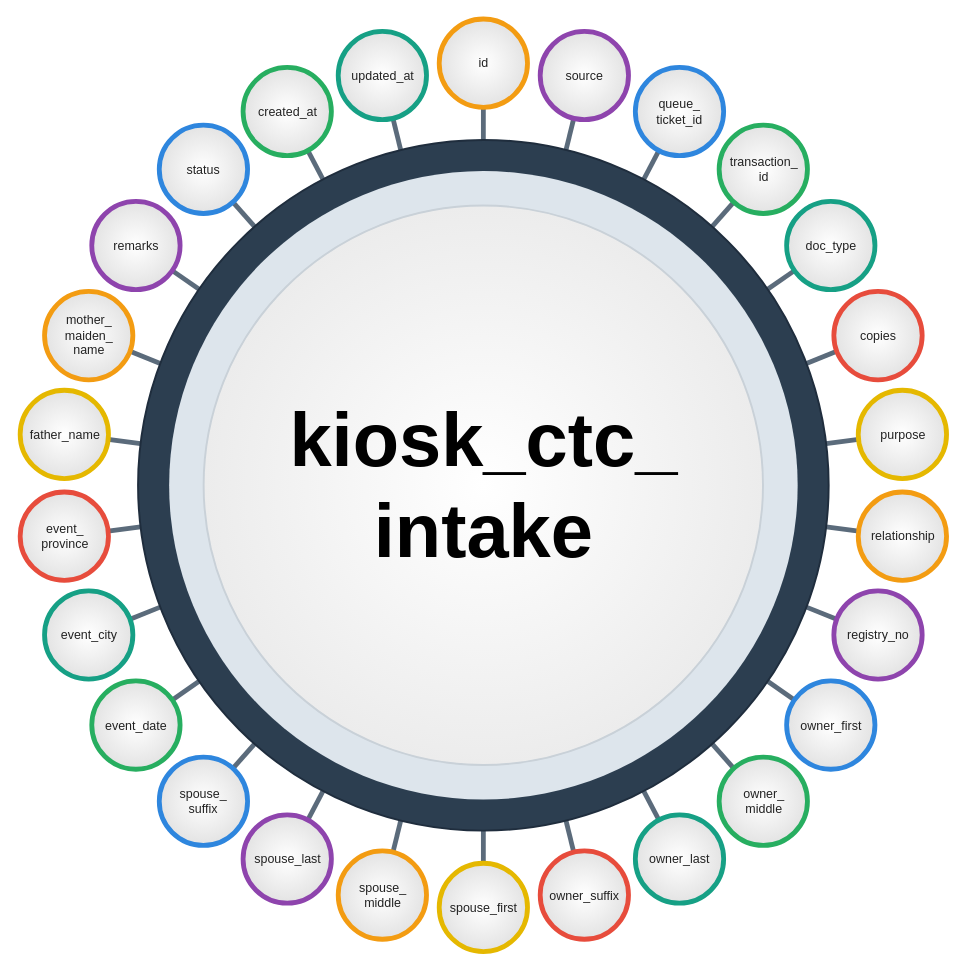
ivanpalogan/CROMS08082026 keeps this draw.io diagram as page "kiosk_ctc_intake" (15 of 39) of Docs/CROMS_Data_Entry_Table_Diagrams.drawio. Above is the earlier version. Source tidied: cells renumbered, new cells numbered last; positions are measured from the earlier drawing's top-left corner, leaving out a move shared by most shapes. Both pictures are drawn from the tidied source at 96%, with x=0, y=0 at pixel (20, 18).
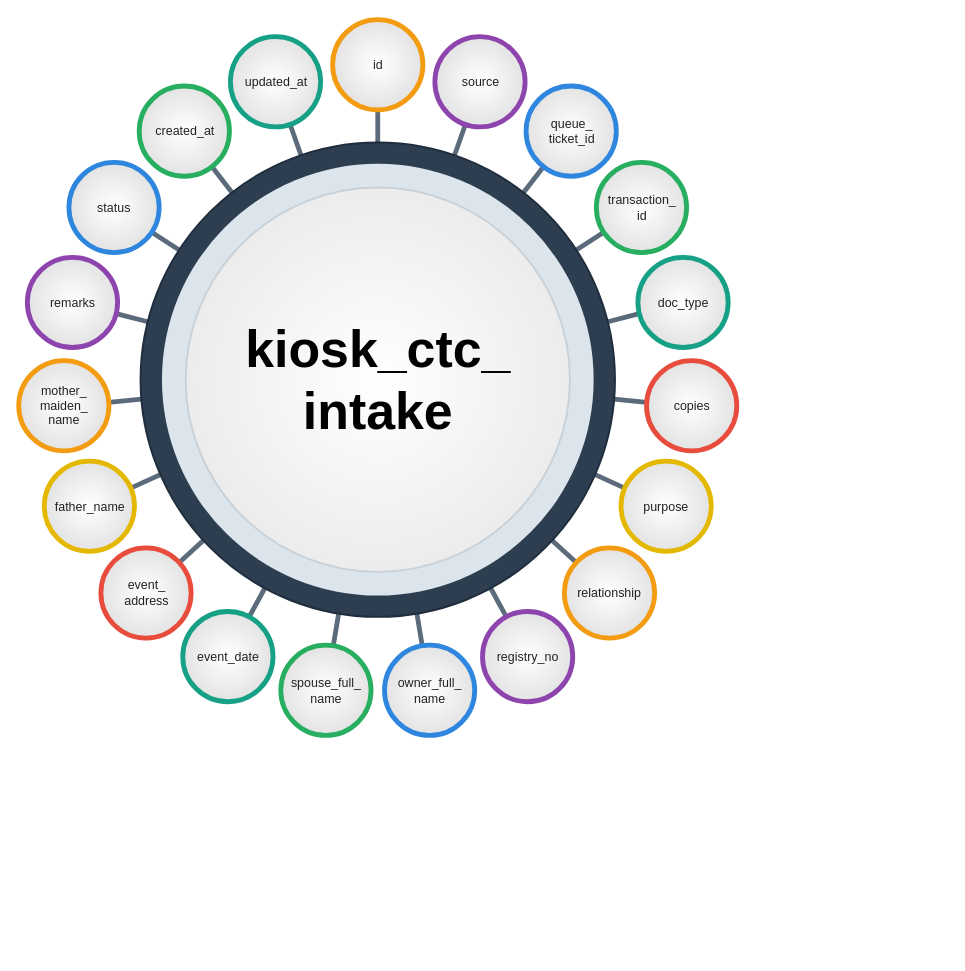
After the change.

Commit message (it also covers changes not shown here):
docs: merge name and address parts into single circles in every table diagram

The edit, as a diff of the source:
```diff
@@
-    <mxCell id="21" style="endArrow=none;startArrow=none;html=1;strokeColor=#5B6B7B;strokeWidth=5;" parent="1" edge="1" source="50" target="28">
-      <mxGeometry relative="1" as="geometry" />
-    </mxCell>
-    <mxCell id="22" style="endArrow=none;startArrow=none;html=1;strokeColor=#5B6B7B;strokeWidth=5;" parent="1" edge="1" source="51" target="28">
-      <mxGeometry relative="1" as="geometry" />
-    </mxCell>
-    <mxCell id="23" style="endArrow=none;startArrow=none;html=1;strokeColor=#5B6B7B;strokeWidth=5;" parent="1" edge="1" source="52" target="28">
-      <mxGeometry relative="1" as="geometry" />
-    </mxCell>
-    <mxCell id="24" style="endArrow=none;startArrow=none;html=1;strokeColor=#5B6B7B;strokeWidth=5;" parent="1" edge="1" source="53" target="28">
-      <mxGeometry relative="1" as="geometry" />
-    </mxCell>
-    <mxCell id="25" style="endArrow=none;startArrow=none;html=1;strokeColor=#5B6B7B;strokeWidth=5;" parent="1" edge="1" source="54" target="28">
-      <mxGeometry relative="1" as="geometry" />
-    </mxCell>
-    <mxCell id="26" style="endArrow=none;startArrow=none;html=1;strokeColor=#5B6B7B;strokeWidth=5;" parent="1" edge="1" source="55" target="28">
-      <mxGeometry relative="1" as="geometry" />
-    </mxCell>
-    <mxCell id="27" style="endArrow=none;startArrow=none;html=1;strokeColor=#5B6B7B;strokeWidth=5;" parent="1" edge="1" source="56" target="28">
-      <mxGeometry relative="1" as="geometry" />
-    </mxCell>
     <mxCell id="28" style="ellipse;whiteSpace=nowrap;html=1;fillColor=#2C3E50;strokeColor=#1F2D3D;strokeWidth=2;" parent="1" vertex="1">
-      <mxGeometry x="122.3" y="126.3" width="719.4" height="719.4" as="geometry" />
+      <mxGeometry x="124.9" y="128.9" width="494.2" height="494.2" as="geometry" />
     </mxCell>
     <mxCell id="29" style="ellipse;whiteSpace=nowrap;html=1;fillColor=#DDE5EC;strokeColor=none;" parent="1" vertex="1">
-      <mxGeometry x="154.7" y="158.7" width="654.7" height="654.7" as="geometry" />
+      <mxGeometry x="147.2" y="151.2" width="449.7" height="449.7" as="geometry" />
     </mxCell>
-    <mxCell id="30" value="kiosk_ctc_&lt;br&gt;intake" style="ellipse;whiteSpace=nowrap;html=1;fontFamily=Arial;fontSize=79;fontStyle=1;fontColor=#000000;fillColor=#FFFFFF;gradientColor=#ECECEC;gradientDirection=radial;strokeColor=#C9D1D8;strokeWidth=2;align=center;verticalAlign=middle;" parent="1" vertex="1">
-      <mxGeometry x="190.6" y="194.6" width="582.7" height="582.7" as="geometry" />
+    <mxCell id="30" value="kiosk_ctc_&lt;br&gt;intake" style="ellipse;whiteSpace=nowrap;html=1;fontFamily=Arial;fontSize=54;fontStyle=1;fontColor=#000000;fillColor=#FFFFFF;gradientColor=#ECECEC;gradientDirection=radial;strokeColor=#C9D1D8;strokeWidth=2;align=center;verticalAlign=middle;" parent="1" vertex="1">
+      <mxGeometry x="171.9" y="175.9" width="400.3" height="400.3" as="geometry" />
     </mxCell>
     <mxCell id="31" value="id" style="ellipse;whiteSpace=nowrap;html=1;fontFamily=Arial;fontSize=13;align=center;verticalAlign=middle;spacing=0;strokeWidth=5;fontColor=#222222;fillColor=#FFFFFF;gradientColor=#E3E3E3;gradientDirection=radial;strokeColor=#F39C12;" parent="1" vertex="1">
-      <mxGeometry x="436" y="0.3" width="92" height="92" as="geometry" />
+      <mxGeometry x="325" y="0.9" width="94" height="94" as="geometry" />
     </mxCell>
     <mxCell id="32" value="source" style="ellipse;whiteSpace=nowrap;html=1;fontFamily=Arial;fontSize=13;align=center;verticalAlign=middle;spacing=0;strokeWidth=5;fontColor=#222222;fillColor=#FFFFFF;gradientColor=#E3E3E3;gradientDirection=radial;strokeColor=#8E44AD;" parent="1" vertex="1">
-      <mxGeometry x="541.2" y="13.1" width="92" height="92" as="geometry" />
+      <mxGeometry x="431.5" y="18.7" width="94" height="94" as="geometry" />
     </mxCell>
     <mxCell id="33" value="queue_&lt;br&gt;ticket_id" style="ellipse;whiteSpace=nowrap;html=1;fontFamily=Arial;fontSize=13;align=center;verticalAlign=middle;spacing=0;strokeWidth=5;fontColor=#222222;fillColor=#FFFFFF;gradientColor=#E3E3E3;gradientDirection=radial;strokeColor=#2E86DE;" parent="1" vertex="1">
-      <mxGeometry x="640.3" y="50.7" width="92" height="92" as="geometry" />
+      <mxGeometry x="526.5" y="70.1" width="94" height="94" as="geometry" />
     </mxCell>
     <mxCell id="34" value="transaction_&lt;br&gt;id" style="ellipse;whiteSpace=nowrap;html=1;fontFamily=Arial;fontSize=13;align=center;verticalAlign=middle;spacing=0;strokeWidth=5;fontColor=#222222;fillColor=#FFFFFF;gradientColor=#E3E3E3;gradientDirection=radial;strokeColor=#27AE60;" parent="1" vertex="1">
-      <mxGeometry x="727.6" y="110.9" width="92" height="92" as="geometry" />
+      <mxGeometry x="599.7" y="149.6" width="94" height="94" as="geometry" />
     </mxCell>
     <mxCell id="35" value="doc_type" style="ellipse;whiteSpace=nowrap;html=1;fontFamily=Arial;fontSize=13;align=center;verticalAlign=middle;spacing=0;strokeWidth=5;fontColor=#222222;fillColor=#FFFFFF;gradientColor=#E3E3E3;gradientDirection=radial;strokeColor=#16A085;" parent="1" vertex="1">
-      <mxGeometry x="797.9" y="190.2" width="92" height="92" as="geometry" />
+      <mxGeometry x="643" y="248.5" width="94" height="94" as="geometry" />
     </mxCell>
     <mxCell id="36" value="copies" style="ellipse;whiteSpace=nowrap;html=1;fontFamily=Arial;fontSize=13;align=center;verticalAlign=middle;spacing=0;strokeWidth=5;fontColor=#222222;fillColor=#FFFFFF;gradientColor=#E3E3E3;gradientDirection=radial;strokeColor=#E74C3C;" parent="1" vertex="1">
-      <mxGeometry x="847.1" y="284.1" width="92" height="92" as="geometry" />
+      <mxGeometry x="652" y="356.1" width="94" height="94" as="geometry" />
     </mxCell>
     <mxCell id="37" value="purpose" style="ellipse;whiteSpace=nowrap;html=1;fontFamily=Arial;fontSize=13;align=center;verticalAlign=middle;spacing=0;strokeWidth=5;fontColor=#222222;fillColor=#FFFFFF;gradientColor=#E3E3E3;gradientDirection=radial;strokeColor=#E5B800;" parent="1" vertex="1">
-      <mxGeometry x="872.5" y="387" width="92" height="92" as="geometry" />
+      <mxGeometry x="625.4" y="460.8" width="94" height="94" as="geometry" />
     </mxCell>
     <mxCell id="38" value="relationship" style="ellipse;whiteSpace=nowrap;html=1;fontFamily=Arial;fontSize=13;align=center;verticalAlign=middle;spacing=0;strokeWidth=5;fontColor=#222222;fillColor=#FFFFFF;gradientColor=#E3E3E3;gradientDirection=radial;strokeColor=#F39C12;" parent="1" vertex="1">
-      <mxGeometry x="872.5" y="493" width="92" height="92" as="geometry" />
+      <mxGeometry x="566.4" y="551.2" width="94" height="94" as="geometry" />
     </mxCell>
     <mxCell id="39" value="registry_no" style="ellipse;whiteSpace=nowrap;html=1;fontFamily=Arial;fontSize=13;align=center;verticalAlign=middle;spacing=0;strokeWidth=5;fontColor=#222222;fillColor=#FFFFFF;gradientColor=#E3E3E3;gradientDirection=radial;strokeColor=#8E44AD;" parent="1" vertex="1">
-      <mxGeometry x="847.1" y="595.9" width="92" height="92" as="geometry" />
+      <mxGeometry x="481.1" y="617.5" width="94" height="94" as="geometry" />
     </mxCell>
-    <mxCell id="40" value="owner_first" style="ellipse;whiteSpace=nowrap;html=1;fontFamily=Arial;fontSize=13;align=center;verticalAlign=middle;spacing=0;strokeWidth=5;fontColor=#222222;fillColor=#FFFFFF;gradientColor=#E3E3E3;gradientDirection=radial;strokeColor=#2E86DE;" parent="1" vertex="1">
-      <mxGeometry x="797.9" y="689.8" width="92" height="92" as="geometry" />
+    <mxCell id="40" value="owner_full_&lt;br&gt;name" style="ellipse;whiteSpace=nowrap;html=1;fontFamily=Arial;fontSize=13;align=center;verticalAlign=middle;spacing=0;strokeWidth=5;fontColor=#222222;fillColor=#FFFFFF;gradientColor=#E3E3E3;gradientDirection=radial;strokeColor=#2E86DE;" parent="1" vertex="1">
+      <mxGeometry x="379" y="652.6" width="94" height="94" as="geometry" />
     </mxCell>
-    <mxCell id="41" value="owner_&lt;br&gt;middle" style="ellipse;whiteSpace=nowrap;html=1;fontFamily=Arial;fontSize=13;align=center;verticalAlign=middle;spacing=0;strokeWidth=5;fontColor=#222222;fillColor=#FFFFFF;gradientColor=#E3E3E3;gradientDirection=radial;strokeColor=#27AE60;" parent="1" vertex="1">
-      <mxGeometry x="727.6" y="769.1" width="92" height="92" as="geometry" />
+    <mxCell id="41" value="spouse_full_&lt;br&gt;name" style="ellipse;whiteSpace=nowrap;html=1;fontFamily=Arial;fontSize=13;align=center;verticalAlign=middle;spacing=0;strokeWidth=5;fontColor=#222222;fillColor=#FFFFFF;gradientColor=#E3E3E3;gradientDirection=radial;strokeColor=#27AE60;" parent="1" vertex="1">
+      <mxGeometry x="271" y="652.6" width="94" height="94" as="geometry" />
     </mxCell>
-    <mxCell id="42" value="owner_last" style="ellipse;whiteSpace=nowrap;html=1;fontFamily=Arial;fontSize=13;align=center;verticalAlign=middle;spacing=0;strokeWidth=5;fontColor=#222222;fillColor=#FFFFFF;gradientColor=#E3E3E3;gradientDirection=radial;strokeColor=#16A085;" parent="1" vertex="1">
-      <mxGeometry x="640.3" y="829.3" width="92" height="92" as="geometry" />
+    <mxCell id="42" value="event_date" style="ellipse;whiteSpace=nowrap;html=1;fontFamily=Arial;fontSize=13;align=center;verticalAlign=middle;spacing=0;strokeWidth=5;fontColor=#222222;fillColor=#FFFFFF;gradientColor=#E3E3E3;gradientDirection=radial;strokeColor=#16A085;" parent="1" vertex="1">
+      <mxGeometry x="168.9" y="617.5" width="94" height="94" as="geometry" />
     </mxCell>
-    <mxCell id="43" value="owner_suffix" style="ellipse;whiteSpace=nowrap;html=1;fontFamily=Arial;fontSize=13;align=center;verticalAlign=middle;spacing=0;strokeWidth=5;fontColor=#222222;fillColor=#FFFFFF;gradientColor=#E3E3E3;gradientDirection=radial;strokeColor=#E74C3C;" parent="1" vertex="1">
-      <mxGeometry x="541.2" y="866.9" width="92" height="92" as="geometry" />
+    <mxCell id="43" value="event_&lt;br&gt;address" style="ellipse;whiteSpace=nowrap;html=1;fontFamily=Arial;fontSize=13;align=center;verticalAlign=middle;spacing=0;strokeWidth=5;fontColor=#222222;fillColor=#FFFFFF;gradientColor=#E3E3E3;gradientDirection=radial;strokeColor=#E74C3C;" parent="1" vertex="1">
+      <mxGeometry x="83.6" y="551.2" width="94" height="94" as="geometry" />
     </mxCell>
-    <mxCell id="44" value="spouse_first" style="ellipse;whiteSpace=nowrap;html=1;fontFamily=Arial;fontSize=13;align=center;verticalAlign=middle;spacing=0;strokeWidth=5;fontColor=#222222;fillColor=#FFFFFF;gradientColor=#E3E3E3;gradientDirection=radial;strokeColor=#E5B800;" parent="1" vertex="1">
-      <mxGeometry x="436" y="879.7" width="92" height="92" as="geometry" />
+    <mxCell id="44" value="father_name" style="ellipse;whiteSpace=nowrap;html=1;fontFamily=Arial;fontSize=13;align=center;verticalAlign=middle;spacing=0;strokeWidth=5;fontColor=#222222;fillColor=#FFFFFF;gradientColor=#E3E3E3;gradientDirection=radial;strokeColor=#E5B800;" parent="1" vertex="1">
+      <mxGeometry x="24.6" y="460.8" width="94" height="94" as="geometry" />
     </mxCell>
-    <mxCell id="45" value="spouse_&lt;br&gt;middle" style="ellipse;whiteSpace=nowrap;html=1;fontFamily=Arial;fontSize=13;align=center;verticalAlign=middle;spacing=0;strokeWidth=5;fontColor=#222222;fillColor=#FFFFFF;gradientColor=#E3E3E3;gradientDirection=radial;strokeColor=#F39C12;" parent="1" vertex="1">
-      <mxGeometry x="330.8" y="866.9" width="92" height="92" as="geometry" />
+    <mxCell id="45" value="mother_&lt;br&gt;maiden_&lt;br&gt;name" style="ellipse;whiteSpace=nowrap;html=1;fontFamily=Arial;fontSize=13;align=center;verticalAlign=middle;spacing=0;strokeWidth=5;fontColor=#222222;fillColor=#FFFFFF;gradientColor=#E3E3E3;gradientDirection=radial;strokeColor=#F39C12;" parent="1" vertex="1">
+      <mxGeometry x="-2" y="356.1" width="94" height="94" as="geometry" />
     </mxCell>
-    <mxCell id="46" value="spouse_last" style="ellipse;whiteSpace=nowrap;html=1;fontFamily=Arial;fontSize=13;align=center;verticalAlign=middle;spacing=0;strokeWidth=5;fontColor=#222222;fillColor=#FFFFFF;gradientColor=#E3E3E3;gradientDirection=radial;strokeColor=#8E44AD;" parent="1" vertex="1">
-      <mxGeometry x="231.7" y="829.3" width="92" height="92" as="geometry" />
+    <mxCell id="46" value="remarks" style="ellipse;whiteSpace=nowrap;html=1;fontFamily=Arial;fontSize=13;align=center;verticalAlign=middle;spacing=0;strokeWidth=5;fontColor=#222222;fillColor=#FFFFFF;gradientColor=#E3E3E3;gradientDirection=radial;strokeColor=#8E44AD;" parent="1" vertex="1">
+      <mxGeometry x="7" y="248.5" width="94" height="94" as="geometry" />
     </mxCell>
-    <mxCell id="47" value="spouse_&lt;br&gt;suffix" style="ellipse;whiteSpace=nowrap;html=1;fontFamily=Arial;fontSize=13;align=center;verticalAlign=middle;spacing=0;strokeWidth=5;fontColor=#222222;fillColor=#FFFFFF;gradientColor=#E3E3E3;gradientDirection=radial;strokeColor=#2E86DE;" parent="1" vertex="1">
-      <mxGeometry x="144.4" y="769.1" width="92" height="92" as="geometry" />
+    <mxCell id="47" value="status" style="ellipse;whiteSpace=nowrap;html=1;fontFamily=Arial;fontSize=13;align=center;verticalAlign=middle;spacing=0;strokeWidth=5;fontColor=#222222;fillColor=#FFFFFF;gradientColor=#E3E3E3;gradientDirection=radial;strokeColor=#2E86DE;" parent="1" vertex="1">
+      <mxGeometry x="50.3" y="149.6" width="94" height="94" as="geometry" />
     </mxCell>
-    <mxCell id="48" value="event_date" style="ellipse;whiteSpace=nowrap;html=1;fontFamily=Arial;fontSize=13;align=center;verticalAlign=middle;spacing=0;strokeWidth=5;fontColor=#222222;fillColor=#FFFFFF;gradientColor=#E3E3E3;gradientDirection=radial;strokeColor=#27AE60;" parent="1" vertex="1">
-      <mxGeometry x="74.1" y="689.8" width="92" height="92" as="geometry" />
+    <mxCell id="48" value="created_at" style="ellipse;whiteSpace=nowrap;html=1;fontFamily=Arial;fontSize=13;align=center;verticalAlign=middle;spacing=0;strokeWidth=5;fontColor=#222222;fillColor=#FFFFFF;gradientColor=#E3E3E3;gradientDirection=radial;strokeColor=#27AE60;" parent="1" vertex="1">
+      <mxGeometry x="123.5" y="70.1" width="94" height="94" as="geometry" />
     </mxCell>
-    <mxCell id="49" value="event_city" style="ellipse;whiteSpace=nowrap;html=1;fontFamily=Arial;fontSize=13;align=center;verticalAlign=middle;spacing=0;strokeWidth=5;fontColor=#222222;fillColor=#FFFFFF;gradientColor=#E3E3E3;gradientDirection=radial;strokeColor=#16A085;" parent="1" vertex="1">
-      <mxGeometry x="24.9" y="595.9" width="92" height="92" as="geometry" />
+    <mxCell id="49" value="updated_at" style="ellipse;whiteSpace=nowrap;html=1;fontFamily=Arial;fontSize=13;align=center;verticalAlign=middle;spacing=0;strokeWidth=5;fontColor=#222222;fillColor=#FFFFFF;gradientColor=#E3E3E3;gradientDirection=radial;strokeColor=#16A085;" parent="1" vertex="1">
+      <mxGeometry x="218.5" y="18.7" width="94" height="94" as="geometry" />
     </mxCell>
-    <mxCell id="50" value="event_&lt;br&gt;province" style="ellipse;whiteSpace=nowrap;html=1;fontFamily=Arial;fontSize=13;align=center;verticalAlign=middle;spacing=0;strokeWidth=5;fontColor=#222222;fillColor=#FFFFFF;gradientColor=#E3E3E3;gradientDirection=radial;strokeColor=#E74C3C;" parent="1" vertex="1">
-      <mxGeometry x="-0.5" y="493" width="92" height="92" as="geometry" />
-    </mxCell>
-    <mxCell id="51" value="father_name" style="ellipse;whiteSpace=nowrap;html=1;fontFamily=Arial;fontSize=13;align=center;verticalAlign=middle;spacing=0;strokeWidth=5;fontColor=#222222;fillColor=#FFFFFF;gradientColor=#E3E3E3;gradientDirection=radial;strokeColor=#E5B800;" parent="1" vertex="1">
-      <mxGeometry x="-0.5" y="387" width="92" height="92" as="geometry" />
-    </mxCell>
-    <mxCell id="52" value="mother_&lt;br&gt;maiden_&lt;br&gt;name" style="ellipse;whiteSpace=nowrap;html=1;fontFamily=Arial;fontSize=13;align=center;verticalAlign=middle;spacing=0;strokeWidth=5;fontColor=#222222;fillColor=#FFFFFF;gradientColor=#E3E3E3;gradientDirection=radial;strokeColor=#F39C12;" parent="1" vertex="1">
-      <mxGeometry x="24.9" y="284.1" width="92" height="92" as="geometry" />
-    </mxCell>
-    <mxCell id="53" value="remarks" style="ellipse;whiteSpace=nowrap;html=1;fontFamily=Arial;fontSize=13;align=center;verticalAlign=middle;spacing=0;strokeWidth=5;fontColor=#222222;fillColor=#FFFFFF;gradientColor=#E3E3E3;gradientDirection=radial;strokeColor=#8E44AD;" parent="1" vertex="1">
-      <mxGeometry x="74.1" y="190.2" width="92" height="92" as="geometry" />
-    </mxCell>
-    <mxCell id="54" value="status" style="ellipse;whiteSpace=nowrap;html=1;fontFamily=Arial;fontSize=13;align=center;verticalAlign=middle;spacing=0;strokeWidth=5;fontColor=#222222;fillColor=#FFFFFF;gradientColor=#E3E3E3;gradientDirection=radial;strokeColor=#2E86DE;" parent="1" vertex="1">
-      <mxGeometry x="144.4" y="110.9" width="92" height="92" as="geometry" />
-    </mxCell>
-    <mxCell id="55" value="created_at" style="ellipse;whiteSpace=nowrap;html=1;fontFamily=Arial;fontSize=13;align=center;verticalAlign=middle;spacing=0;strokeWidth=5;fontColor=#222222;fillColor=#FFFFFF;gradientColor=#E3E3E3;gradientDirection=radial;strokeColor=#27AE60;" parent="1" vertex="1">
-      <mxGeometry x="231.7" y="50.7" width="92" height="92" as="geometry" />
-    </mxCell>
-    <mxCell id="56" value="updated_at" style="ellipse;whiteSpace=nowrap;html=1;fontFamily=Arial;fontSize=13;align=center;verticalAlign=middle;spacing=0;strokeWidth=5;fontColor=#222222;fillColor=#FFFFFF;gradientColor=#E3E3E3;gradientDirection=radial;strokeColor=#16A085;" parent="1" vertex="1">
-      <mxGeometry x="330.8" y="13.1" width="92" height="92" as="geometry" />
-    </mxCell>
```
